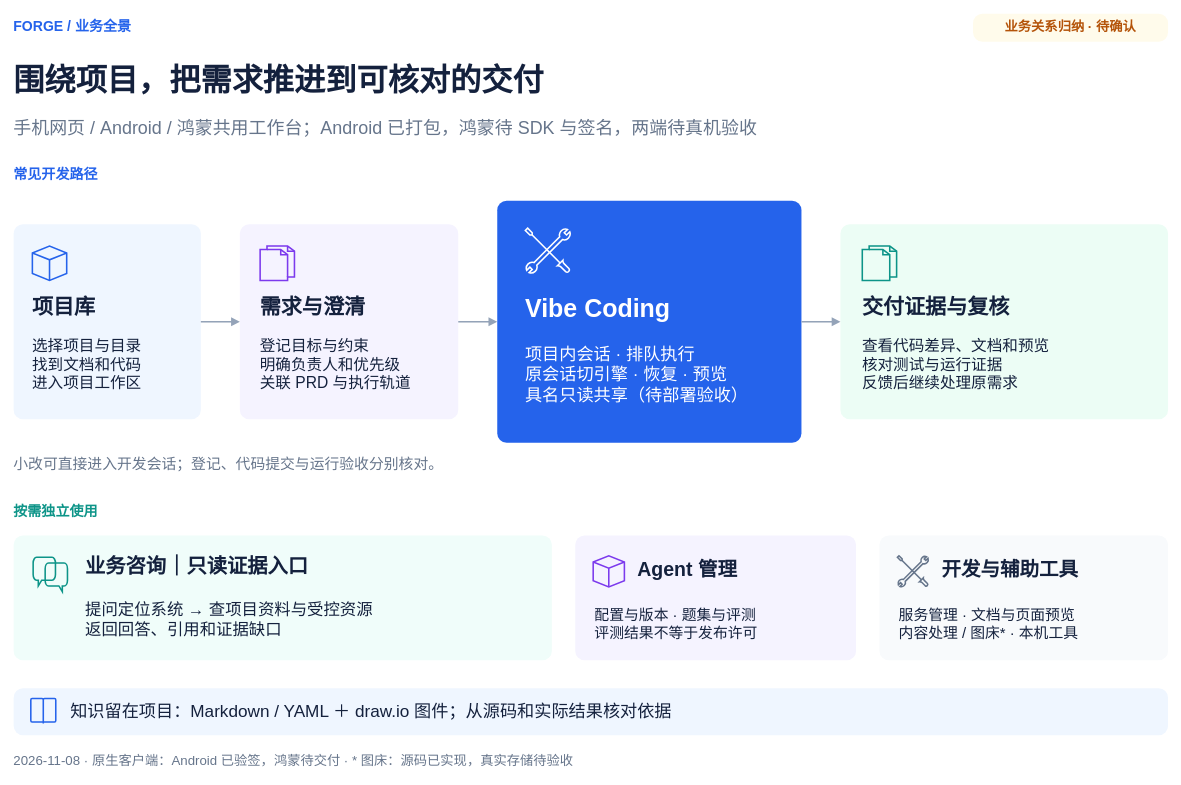
Above: docs/diagrams/Forge业务全景图.drawio in exception-coder/kai-toolbox (draw.io), before the change. Source tidied: cells renumbered, new cells numbered last; positions are measured from the earlier drawing's top-left corner, leaving out a move shared by most shapes. Both pictures are drawn from the tidied source at 78%, with x=0, y=0 at pixel (13, 13).
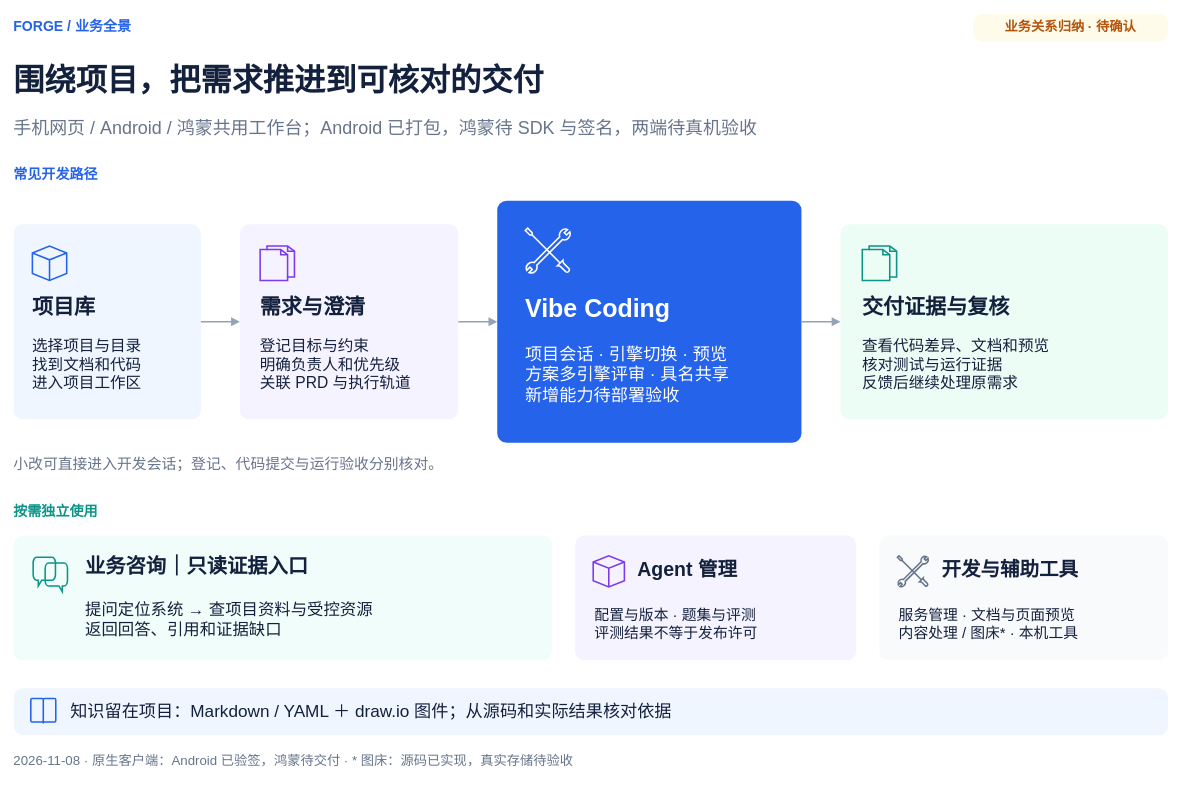
After the change.

Unchanged cells that the change refers to:
```xml
<mxCell id="18" style="group;" parent="1" vertex="1">
  <mxGeometry x="620" y="240" width="390" height="310" as="geometry" />
</mxCell>
```

What changed in the source:
```diff
@@
-    <mxCell id="22" value="项目内会话 · 排队执行&#10;原会话切引擎 · 恢复 · 预览&#10;具名只读共享（待部署验收）" style="fontFamily=Microsoft YaHei,Arial;html=0;text;strokeColor=none;fillColor=none;align=left;verticalAlign=middle;fontSize=22;fontColor=#FFFFFF;fontStyle=0;whiteSpace=wrap;spacing=0;" parent="18" vertex="1">
+    <mxCell id="22" value="项目会话 · 引擎切换 · 预览&#10;方案多引擎评审 · 具名共享&#10;新增能力待部署验收" style="fontFamily=Microsoft YaHei,Arial;html=0;text;strokeColor=none;fillColor=none;align=left;verticalAlign=middle;fontSize=22;fontColor=#FFFFFF;fontStyle=0;whiteSpace=wrap;spacing=0;" parent="18" vertex="1">
       <mxGeometry x="36" y="174" width="320" height="98" as="geometry" />
     </mxCell>
```
